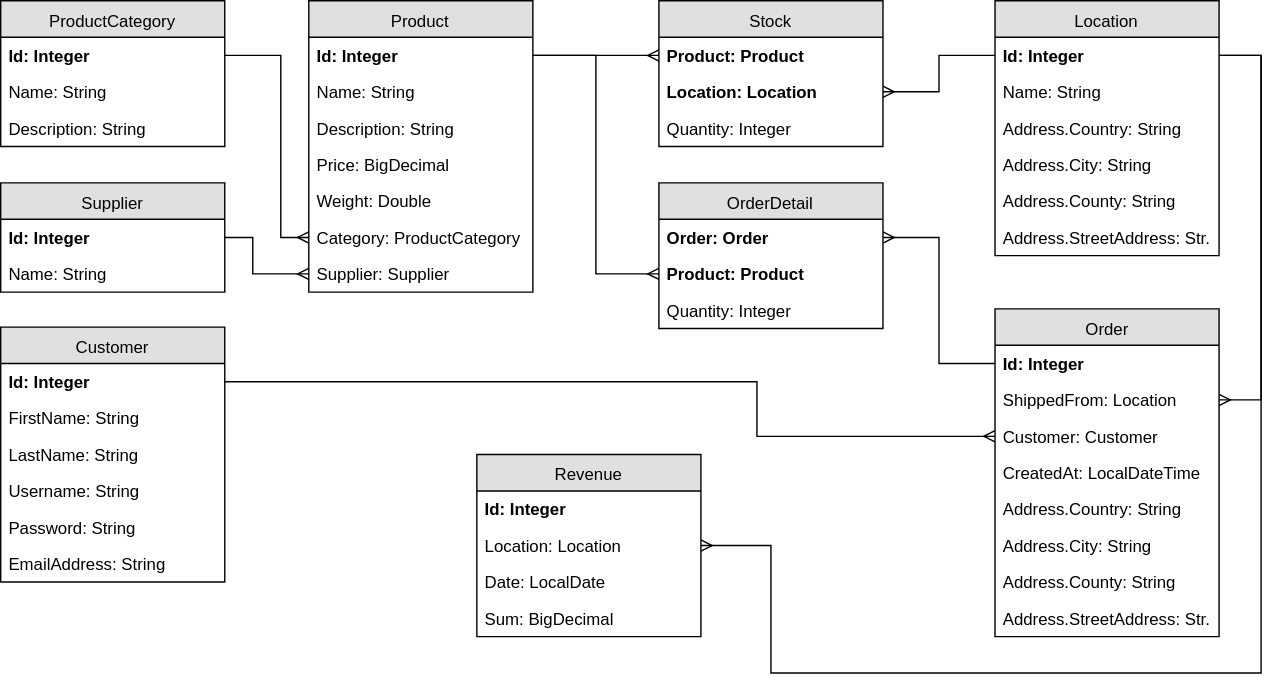
Before: diagrams/data-model.svg, a diagram exported from draw.io (msg-CareerPaths/spring-training). Source tidied: cells renumbered, new cells last; positions are measured from the earlier drawing's top-left corner, leaving out a move shared by most shapes.
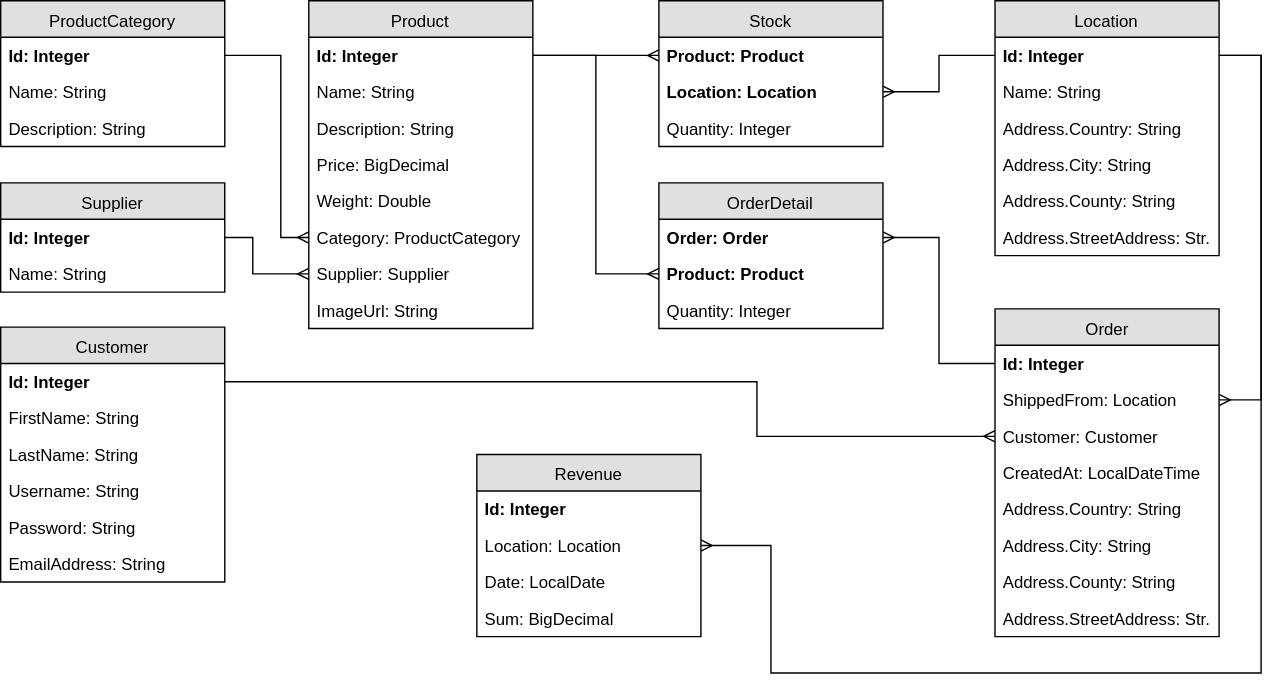
Above is the later version.

Commit message:
Adds further resources and adjusts chapter 4.

Change to the diagram source:
```diff
@@ -3,7 +3,7 @@
     <mxCell id="0" />
     <mxCell id="1" parent="0" />
     <mxCell id="2" value="&lt;font face=&quot;Helvetica&quot;&gt;Product&lt;/font&gt;" style="swimlane;fontStyle=0;horizontal=1;startSize=26;fillColor=#e0e0e0;swimlaneFillColor=#ffffff;align=center;rounded=0;glass=0;labelBackgroundColor=none;strokeColor=#000000;strokeWidth=1;fontFamily=Times New Roman;fontSize=12;fontColor=#000000;html=1;" parent="1" vertex="1">
-      <mxGeometry x="220" width="160" height="208" as="geometry" />
+      <mxGeometry x="220" width="160" height="234" as="geometry" />
     </mxCell>
     <mxCell id="3" value="Id: Integer" style="text;strokeColor=none;fillColor=none;spacingLeft=4;spacingRight=4;overflow=hidden;points=[[0,0.5],[1,0.5]];portConstraint=eastwest;fontStyle=1;" parent="2" vertex="1">
       <mxGeometry y="26" width="160" height="26" as="geometry" />
@@ -26,6 +26,9 @@
     <mxCell id="9" value="Supplier: Supplier" style="text;strokeColor=none;fillColor=none;spacingLeft=4;spacingRight=4;overflow=hidden;points=[[0,0.5],[1,0.5]];portConstraint=eastwest;" parent="2" vertex="1">
       <mxGeometry y="182" width="160" height="26" as="geometry" />
     </mxCell>
+    <mxCell id="62" value="ImageUrl: String" style="text;strokeColor=none;fillColor=none;spacingLeft=4;spacingRight=4;overflow=hidden;" parent="2" vertex="1">
+      <mxGeometry y="208" width="160" height="26" as="geometry" />
+    </mxCell>
     <mxCell id="10" value="&lt;font face=&quot;Helvetica&quot;&gt;ProductCategory&lt;/font&gt;" style="swimlane;fontStyle=0;horizontal=1;startSize=26;fillColor=#e0e0e0;swimlaneFillColor=#ffffff;align=center;rounded=0;glass=0;labelBackgroundColor=none;strokeColor=#000000;strokeWidth=1;fontFamily=Times New Roman;fontSize=12;fontColor=#000000;html=1;" parent="1" vertex="1">
       <mxGeometry width="160" height="104" as="geometry" />
     </mxCell>
```
